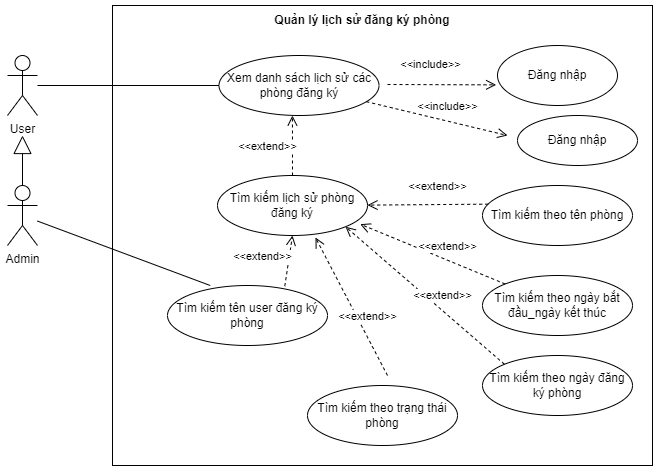
This is diagram/usecase/5.QLLS_DKP.png from trankhoa2000/DATN-2022, a draw.io export, as it was before one commit. Source tidied: cells renumbered, new cells last; positions are measured from the earlier drawing's top-left corner, leaving out a move shared by most shapes. Its diagram source:
```xml
<mxGraphModel>
  <root>
    <mxCell id="0" />
    <mxCell id="1" parent="0" />
    <mxCell id="2" value="Admin" style="shape=umlActor;verticalLabelPosition=bottom;verticalAlign=top;html=1;fillColor=none;" parent="1" vertex="1">
      <mxGeometry y="180" width="30" height="60" as="geometry" />
    </mxCell>
    <mxCell id="3" value="&lt;b&gt;Quản lý lịch sử đăng ký phòng&lt;/b&gt;" style="text;html=1;strokeColor=none;fillColor=none;align=center;verticalAlign=middle;whiteSpace=wrap;rounded=0;" parent="1" vertex="1">
      <mxGeometry x="260" width="190" height="30" as="geometry" />
    </mxCell>
    <mxCell id="4" value="Xem danh sách lịch sử các phòng đăng ký" style="ellipse;whiteSpace=wrap;html=1;fillColor=none;" parent="1" vertex="1">
      <mxGeometry x="211.5" y="50" width="160" height="60" as="geometry" />
    </mxCell>
    <mxCell id="5" value="Tìm kiếm lịch sử phòng đăng ký" style="ellipse;whiteSpace=wrap;html=1;fillColor=none;" parent="1" vertex="1">
      <mxGeometry x="210" y="170" width="150" height="60" as="geometry" />
    </mxCell>
    <mxCell id="6" style="endArrow=none;html=1;rounded=0;entryX=0;entryY=0.5;entryDx=0;entryDy=0;" parent="1" edge="1" source="10" target="4">
      <mxGeometry relative="1" as="geometry" />
    </mxCell>
    <mxCell id="7" value="Đăng nhập" style="ellipse;whiteSpace=wrap;html=1;" parent="1" vertex="1">
      <mxGeometry x="510" y="110" width="120" height="50" as="geometry" />
    </mxCell>
    <mxCell id="8" value="&amp;lt;&amp;lt;include&amp;gt;&amp;gt;" style="html=1;verticalAlign=bottom;endArrow=open;dashed=1;endSize=8;rounded=0;" parent="1" edge="1" source="4">
      <mxGeometry x="0.13" y="5" relative="1" as="geometry">
        <mxPoint x="500" y="130" as="targetPoint" />
      </mxGeometry>
    </mxCell>
    <mxCell id="9" style="rounded=0;whiteSpace=wrap;html=1;fillColor=none;" parent="1" vertex="1">
      <mxGeometry x="105" width="540" height="460" as="geometry" />
    </mxCell>
    <mxCell id="10" value="User" style="shape=umlActor;verticalLabelPosition=bottom;verticalAlign=top;html=1;fillColor=none;" parent="1" vertex="1">
      <mxGeometry y="50" width="30" height="60" as="geometry" />
    </mxCell>
    <mxCell id="11" style="endArrow=block;endSize=16;endFill=0;html=1;rounded=0;exitX=0.5;exitY=0;exitDx=0;exitDy=0;exitPerimeter=0;" parent="1" edge="1" source="2">
      <mxGeometry relative="1" as="geometry">
        <mxPoint x="15" y="130" as="targetPoint" />
      </mxGeometry>
    </mxCell>
    <mxCell id="12" value="Đăng nhập" style="ellipse;whiteSpace=wrap;html=1;" parent="1" vertex="1">
      <mxGeometry x="490" y="40" width="120" height="60" as="geometry" />
    </mxCell>
    <mxCell id="13" value="&amp;lt;&amp;lt;include&amp;gt;&amp;gt;" style="html=1;verticalAlign=bottom;endArrow=open;dashed=1;endSize=8;rounded=0;entryX=-0.011;entryY=0.656;entryDx=0;entryDy=0;entryPerimeter=0;" parent="1" edge="1" target="12">
      <mxGeometry x="-0.22" y="11" relative="1" as="geometry">
        <mxPoint x="380" y="79" as="sourcePoint" />
      </mxGeometry>
    </mxCell>
    <mxCell id="14" value="&amp;lt;&amp;lt;extend&amp;gt;&amp;gt;" style="html=1;verticalAlign=bottom;endArrow=open;dashed=1;endSize=8;rounded=0;exitX=0.5;exitY=0;exitDx=0;exitDy=0;entryX=0.459;entryY=1;entryDx=0;entryDy=0;entryPerimeter=0;" parent="1" edge="1" source="5" target="4">
      <mxGeometry x="-0.33" y="25" relative="1" as="geometry" />
    </mxCell>
    <mxCell id="15" value="Tìm kiếm theo tên phòng" style="ellipse;whiteSpace=wrap;html=1;fillColor=none;" parent="1" vertex="1">
      <mxGeometry x="475" y="180" width="150" height="60" as="geometry" />
    </mxCell>
    <mxCell id="16" value="Tìm kiếm theo ngày bắt đầu_ngày kết thúc" style="ellipse;whiteSpace=wrap;html=1;fillColor=none;" parent="1" vertex="1">
      <mxGeometry x="475" y="270" width="150" height="60" as="geometry" />
    </mxCell>
    <mxCell id="17" value="Tìm kiếm theo ngày đăng ký phòng" style="ellipse;whiteSpace=wrap;html=1;fillColor=none;" parent="1" vertex="1">
      <mxGeometry x="475" y="350" width="150" height="60" as="geometry" />
    </mxCell>
    <mxCell id="18" value="Tìm kiếm theo trạng thái phòng" style="ellipse;whiteSpace=wrap;html=1;fillColor=none;" parent="1" vertex="1">
      <mxGeometry x="300" y="380" width="150" height="60" as="geometry" />
    </mxCell>
    <mxCell id="19" value="Tìm kiếm tên user đăng ký phòng" style="ellipse;whiteSpace=wrap;html=1;fillColor=none;" parent="1" vertex="1">
      <mxGeometry x="160" y="280" width="160" height="60" as="geometry" />
    </mxCell>
    <mxCell id="20" style="endArrow=none;html=1;rounded=0;entryX=0.267;entryY=0;entryDx=0;entryDy=0;entryPerimeter=0;" parent="1" edge="1" source="2" target="19">
      <mxGeometry relative="1" as="geometry" />
    </mxCell>
    <mxCell id="21" value="&amp;lt;&amp;lt;extend&amp;gt;&amp;gt;" style="html=1;verticalAlign=bottom;endArrow=open;dashed=1;endSize=8;rounded=0;exitX=0.733;exitY=0.011;exitDx=0;exitDy=0;entryX=0.5;entryY=1;entryDx=0;entryDy=0;exitPerimeter=0;" parent="1" edge="1" source="19" target="5">
      <mxGeometry x="-0.33" y="25" relative="1" as="geometry" />
    </mxCell>
    <mxCell id="22" value="&amp;lt;&amp;lt;extend&amp;gt;&amp;gt;" style="html=1;verticalAlign=bottom;endArrow=open;dashed=1;endSize=8;rounded=0;exitX=0.038;exitY=0.311;exitDx=0;exitDy=0;exitPerimeter=0;" parent="1" edge="1" source="15" target="5">
      <mxGeometry x="-0.16" y="-9" relative="1" as="geometry" />
    </mxCell>
    <mxCell id="23" value="&amp;lt;&amp;lt;extend&amp;gt;&amp;gt;" style="html=1;verticalAlign=bottom;endArrow=open;dashed=1;endSize=8;rounded=0;entryX=0.951;entryY=0.811;entryDx=0;entryDy=0;entryPerimeter=0;" parent="1" edge="1" source="16" target="5">
      <mxGeometry x="-0.18" y="-4" relative="1" as="geometry" />
    </mxCell>
    <mxCell id="24" value="&amp;lt;&amp;lt;extend&amp;gt;&amp;gt;" style="html=1;verticalAlign=bottom;endArrow=open;dashed=1;endSize=8;rounded=0;entryX=1;entryY=1;entryDx=0;entryDy=0;exitX=0;exitY=0;exitDx=0;exitDy=0;" parent="1" edge="1" source="17" target="5">
      <mxGeometry x="-0.18" y="-4" relative="1" as="geometry" />
    </mxCell>
    <mxCell id="25" value="&amp;lt;&amp;lt;extend&amp;gt;&amp;gt;" style="html=1;verticalAlign=bottom;endArrow=open;dashed=1;endSize=8;rounded=0;entryX=0.653;entryY=1.033;entryDx=0;entryDy=0;entryPerimeter=0;" parent="1" edge="1" target="5">
      <mxGeometry x="-0.31" y="-5" relative="1" as="geometry">
        <mxPoint x="380" y="370" as="sourcePoint" />
        <mxPoint x="1" as="offset" />
      </mxGeometry>
    </mxCell>
  </root>
</mxGraphModel>
```
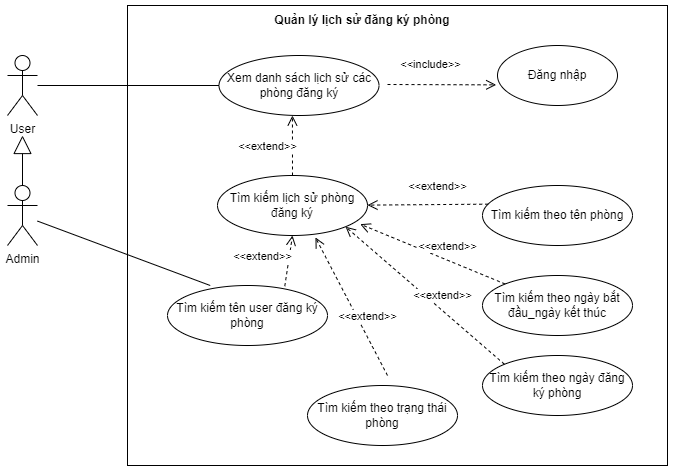
The same file after the commit.

Change to the diagram source:
```diff
@@ -17,16 +17,8 @@
     <mxCell id="6" style="endArrow=none;html=1;rounded=0;entryX=0;entryY=0.5;entryDx=0;entryDy=0;" parent="1" edge="1" source="10" target="4">
       <mxGeometry relative="1" as="geometry" />
     </mxCell>
-    <mxCell id="7" value="Đăng nhập" style="ellipse;whiteSpace=wrap;html=1;" parent="1" vertex="1">
-      <mxGeometry x="510" y="110" width="120" height="50" as="geometry" />
-    </mxCell>
-    <mxCell id="8" value="&amp;lt;&amp;lt;include&amp;gt;&amp;gt;" style="html=1;verticalAlign=bottom;endArrow=open;dashed=1;endSize=8;rounded=0;" parent="1" edge="1" source="4">
-      <mxGeometry x="0.13" y="5" relative="1" as="geometry">
-        <mxPoint x="500" y="130" as="targetPoint" />
-      </mxGeometry>
-    </mxCell>
     <mxCell id="9" style="rounded=0;whiteSpace=wrap;html=1;fillColor=none;" parent="1" vertex="1">
-      <mxGeometry x="105" width="540" height="460" as="geometry" />
+      <mxGeometry x="120" width="540" height="460" as="geometry" />
     </mxCell>
     <mxCell id="10" value="User" style="shape=umlActor;verticalLabelPosition=bottom;verticalAlign=top;html=1;fillColor=none;" parent="1" vertex="1">
       <mxGeometry y="50" width="30" height="60" as="geometry" />
```
